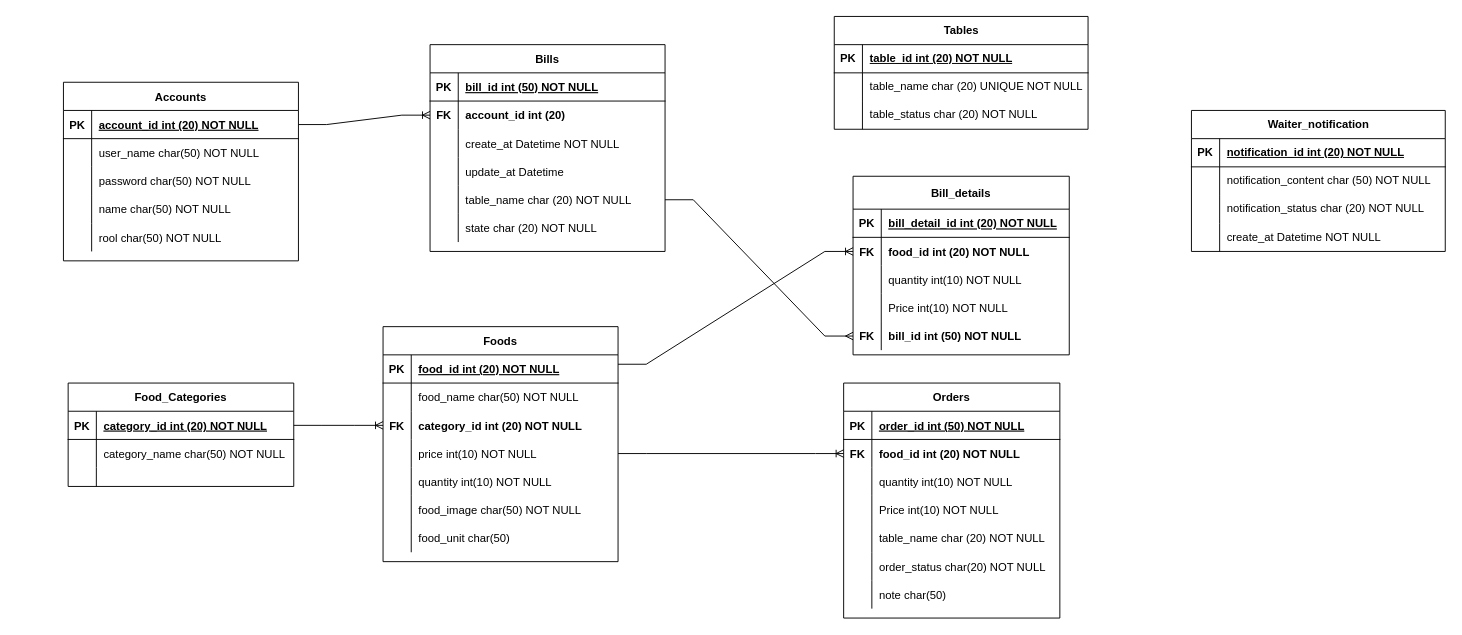
The draw.io diagram EntityRelationshipDiagram.drawio in damvuong02/DoAnDocument, before the edit. Source tidied: cells renumbered, new cells numbered last; positions are measured from the earlier drawing's top-left corner, leaving out a move shared by most shapes. Both pictures are drawn from the tidied source at 94%, with x=0, y=0 at pixel (63, -177).
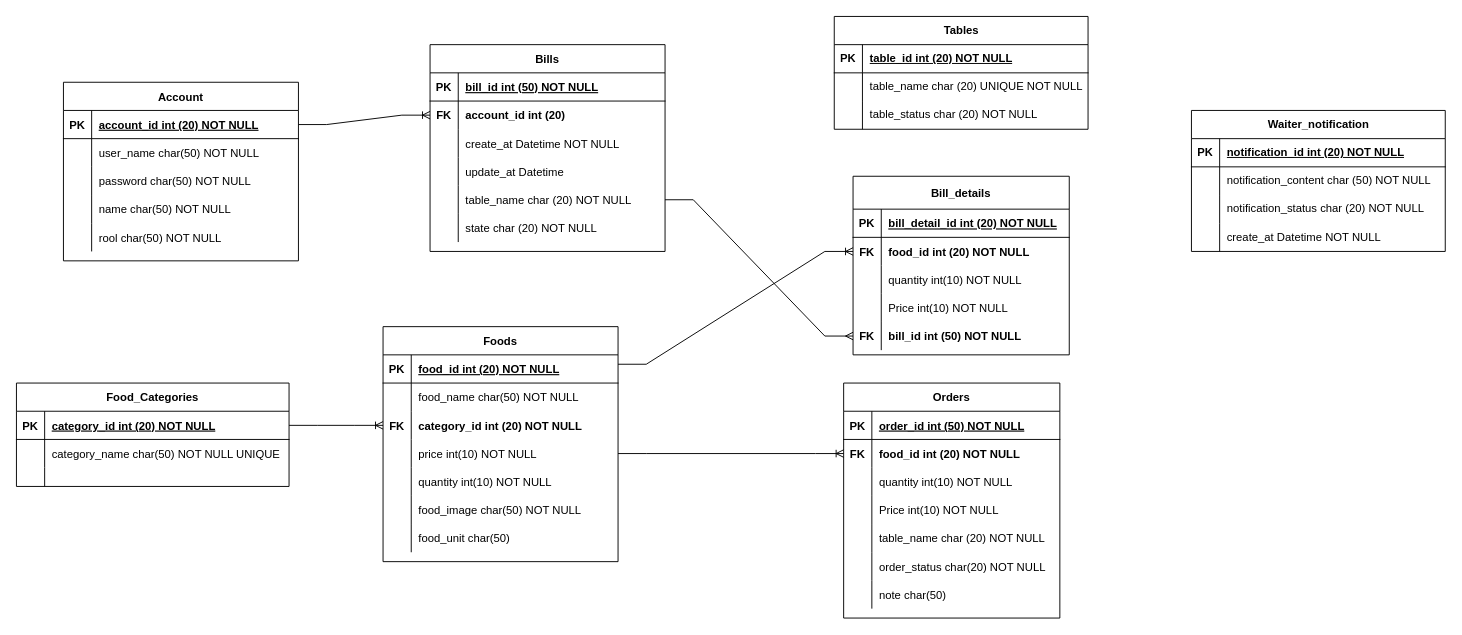
The same page after the edit.

Commit message:
update entity diagram

Change to the diagram source:
```diff
@@
-    <mxCell id="2" value="Accounts" style="shape=table;startSize=30;childLayout=tableLayout;rowLines=0;fontStyle=1;align=center;" parent="1" vertex="1">
+    <mxCell id="2" value="Account" style="shape=table;startSize=30;childLayout=tableLayout;rowLines=0;fontStyle=1;align=center;" parent="1" vertex="1">
       <mxGeometry y="275" width="250" height="190" as="geometry" />
     </mxCell>
@@
     <mxCell id="18" value="Food_Categories" style="shape=table;startSize=30;childLayout=tableLayout;rowLines=0;fontStyle=1;align=center;" parent="1" vertex="1">
-      <mxGeometry x="5" y="595" width="240" height="110" as="geometry" />
+      <mxGeometry x="-50" y="595" width="290" height="110" as="geometry" />
     </mxCell>
     <mxCell id="19" style="shape=partialRectangle;fillColor=none;points=[[0,0.5],[1,0.5]];portConstraint=eastwest;top=0;left=0;right=0;bottom=1;" parent="18" vertex="1">
-      <mxGeometry y="30" width="240" height="30" as="geometry" />
+      <mxGeometry y="30" width="290" height="30" as="geometry" />
     </mxCell>
@@
     <mxCell id="21" value="category_id int (20) NOT NULL" style="shape=partialRectangle;overflow=hidden;fillColor=none;top=0;left=0;bottom=0;right=0;align=left;spacingLeft=6;fontStyle=5;" parent="19" vertex="1">
-      <mxGeometry x="30" width="210" height="30" as="geometry" />
+      <mxGeometry x="30" width="260" height="30" as="geometry" />
     </mxCell>
     <mxCell id="22" style="shape=partialRectangle;fillColor=none;top=0;left=0;right=0;bottom=0;" parent="18" vertex="1">
-      <mxGeometry y="60" width="240" height="30" as="geometry" />
+      <mxGeometry y="60" width="290" height="30" as="geometry" />
     </mxCell>
@@
-    <mxCell id="24" value="category_name char(50) NOT NULL" style="shape=partialRectangle;overflow=hidden;fillColor=none;top=0;left=0;bottom=0;right=0;align=left;spacingLeft=6;" parent="22" vertex="1">
-      <mxGeometry x="30" width="210" height="30" as="geometry" />
+    <mxCell id="24" value="category_name char(50) NOT NULL UNIQUE" style="shape=partialRectangle;overflow=hidden;fillColor=none;top=0;left=0;bottom=0;right=0;align=left;spacingLeft=6;" parent="22" vertex="1">
+      <mxGeometry x="30" width="260" height="30" as="geometry" />
     </mxCell>
     <mxCell id="25" style="shape=partialRectangle;fillColor=none;top=0;left=0;right=0;bottom=0;" parent="18" vertex="1">
-      <mxGeometry y="90" width="240" height="20" as="geometry" />
+      <mxGeometry y="90" width="290" height="20" as="geometry" />
     </mxCell>
@@
     <mxCell id="27" style="shape=partialRectangle;overflow=hidden;fillColor=none;top=0;left=0;bottom=0;right=0;align=left;spacingLeft=6;" parent="25" vertex="1">
-      <mxGeometry x="30" width="210" height="20" as="geometry" />
+      <mxGeometry x="30" width="260" height="20" as="geometry" />
     </mxCell>
```
